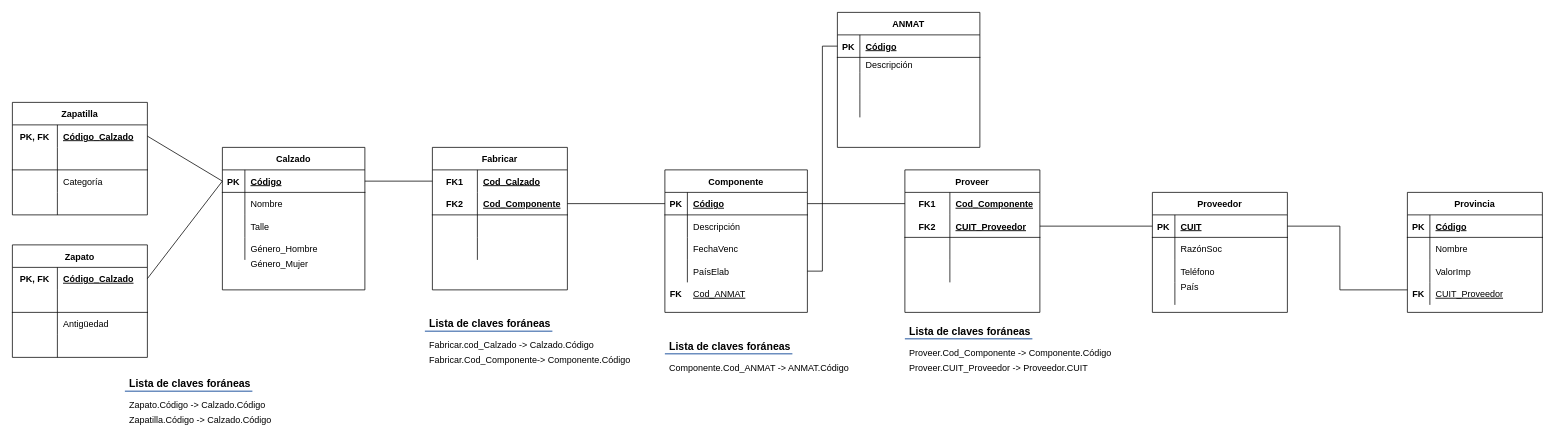
Earlier version of the draw.io diagram Leandro Cantero - Parcial (MR).drawio (LeandroCantero/BaseDeDatos-Unahur). Source tidied: cells renumbered, new cells numbered last; positions are measured from the earlier drawing's top-left corner, leaving out a move shared by most shapes. Both pictures are drawn from the tidied source at 75%, with x=0, y=0 at pixel (12, 12).
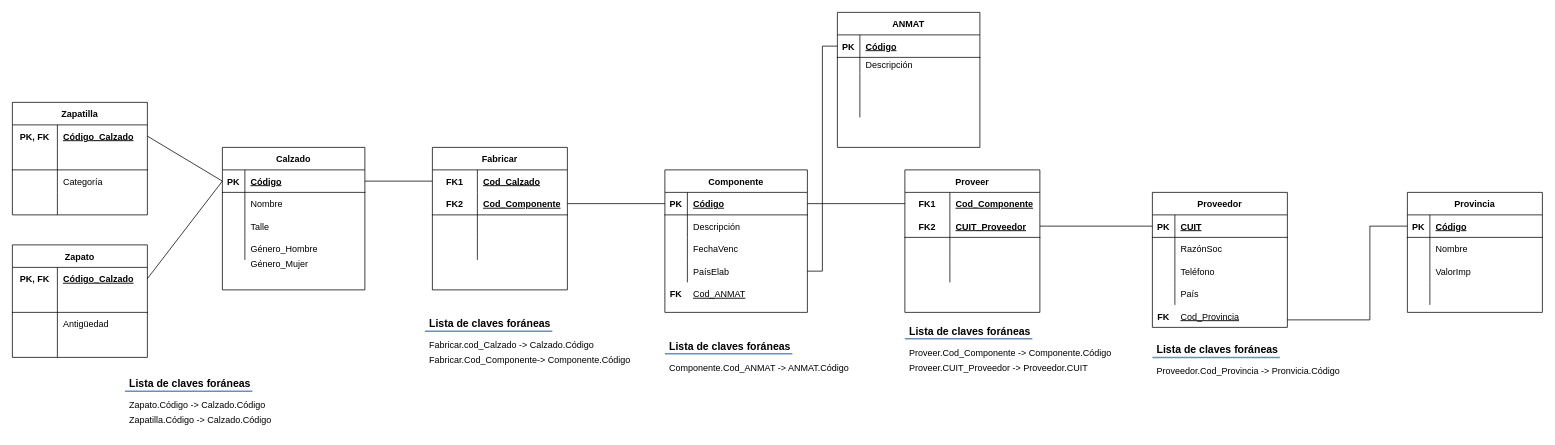
The same diagram, later.

Unchanged cells that the change refers to:
```xml
<mxCell id="99" style="shape=tableRow;horizontal=0;startSize=0;swimlaneHead=0;swimlaneBody=0;fillColor=none;points=[[0,0.5],[1,0.5]];portConstraint=eastwest;top=0;left=0;right=0;bottom=1;fontSize=12;strokeWidth=1;" parent="98" vertex="1">
  <mxGeometry y="30" width="180" height="30" as="geometry" />
</mxCell>
<mxCell id="131" style="shape=tableRow;horizontal=0;startSize=0;swimlaneHead=0;swimlaneBody=0;fillColor=none;points=[[0,0.5],[1,0.5]];portConstraint=eastwest;top=0;left=0;right=0;bottom=1;fontSize=12;strokeWidth=1;" parent="130" vertex="1">
  <mxGeometry y="30" width="180" height="30" as="geometry" />
</mxCell>
```

What changed in the source:
```diff
@@
     <mxCell id="98" value="Proveedor" style="shape=table;startSize=30;childLayout=tableLayout;rowLines=0;fontStyle=1;align=center;fontSize=12;strokeWidth=1;" parent="1" vertex="1">
-      <mxGeometry x="1520" y="240" width="180" height="160" as="geometry" />
+      <mxGeometry x="1520" y="240" width="180" height="180" as="geometry" />
     </mxCell>
@@
-    <mxCell id="143" value="CUIT_Proveedor" style="shape=partialRectangle;fillColor=none;top=0;left=0;bottom=0;right=0;align=left;spacingLeft=6;overflow=hidden;fontSize=12;strokeWidth=1;fontStyle=4;" parent="1" vertex="1">
-      <mxGeometry x="1890" y="360" width="150" height="30" as="geometry" />
-    </mxCell>
-    <mxCell id="144" value="FK" style="shape=partialRectangle;fillColor=none;top=0;left=0;bottom=0;right=0;fontStyle=1;overflow=hidden;fontSize=12;strokeWidth=1;" parent="1" vertex="1">
-      <mxGeometry x="1860" y="360" width="30" height="30" as="geometry" />
-    </mxCell>
-    <mxCell id="145" style="endArrow=none;html=1;rounded=0;fontSize=12;strokeWidth=1;entryX=1;entryY=0.5;entryDx=0;entryDy=0;" parent="1" edge="1" target="99">
-      <mxGeometry relative="1" as="geometry">
-        <mxPoint x="1860" y="370" as="sourcePoint" />
-        <Array as="points">
-          <mxPoint x="1770" y="370" />
-          <mxPoint x="1770" y="285" />
-        </Array>
-      </mxGeometry>
-    </mxCell>
     <mxCell id="146" value="País" style="shape=partialRectangle;fillColor=none;top=0;left=0;bottom=0;right=0;align=left;spacingLeft=6;overflow=hidden;fontSize=12;strokeWidth=1;" parent="1" vertex="1">
-      <mxGeometry x="1550" y="350" width="150" height="30" as="geometry" />
+      <mxGeometry x="1550" y="360" width="150" height="30" as="geometry" />
     </mxCell>
@@
+    <mxCell id="144" value="FK" style="shape=partialRectangle;fillColor=none;top=0;left=0;bottom=0;right=0;fontStyle=1;overflow=hidden;fontSize=12;strokeWidth=1;" parent="1" vertex="1">
+      <mxGeometry x="1520" y="390" width="30" height="30" as="geometry" />
+    </mxCell>
+    <mxCell id="148" value="Cod_Provincia" style="shape=partialRectangle;fillColor=none;top=0;left=0;bottom=0;right=0;align=left;spacingLeft=6;overflow=hidden;fontSize=12;strokeWidth=1;fontStyle=4;" parent="1" vertex="1">
+      <mxGeometry x="1550" y="390" width="150" height="30" as="geometry" />
+    </mxCell>
+    <mxCell id="149" style="endArrow=none;html=1;rounded=0;fontSize=12;strokeWidth=1;exitX=0;exitY=0.5;exitDx=0;exitDy=0;" parent="1" edge="1" source="131">
+      <mxGeometry relative="1" as="geometry">
+        <mxPoint x="1700" y="410" as="targetPoint" />
+        <Array as="points">
+          <mxPoint x="1810" y="285" />
+          <mxPoint x="1810" y="410" />
+        </Array>
+      </mxGeometry>
+    </mxCell>
+    <mxCell id="150" value="Lista de claves foráneas" style="text;strokeColor=none;fillColor=none;spacingLeft=4;spacingRight=4;overflow=hidden;fontSize=14;fontStyle=1;" parent="1" vertex="1">
+      <mxGeometry x="1520" y="435" width="175" height="30" as="geometry" />
+    </mxCell>
+    <mxCell id="151" value="Proveedor.Cod_Provincia -&gt; Pronvicia.Código" style="text;strokeColor=none;fillColor=none;spacingLeft=4;spacingRight=4;overflow=hidden;fontSize=12;" parent="1" vertex="1">
+      <mxGeometry x="1520" y="465" width="270" height="30" as="geometry" />
+    </mxCell>
+    <mxCell id="152" style="line;strokeWidth=2;dashed=0;labelPosition=right;align=left;verticalAlign=middle;spacingTop=0;spacingLeft=6;fontSize=14;fillColor=#dae8fc;strokeColor=#6c8ebf;" parent="1" vertex="1">
+      <mxGeometry x="1520" y="455" width="170" height="10" as="geometry" />
+    </mxCell>
```
